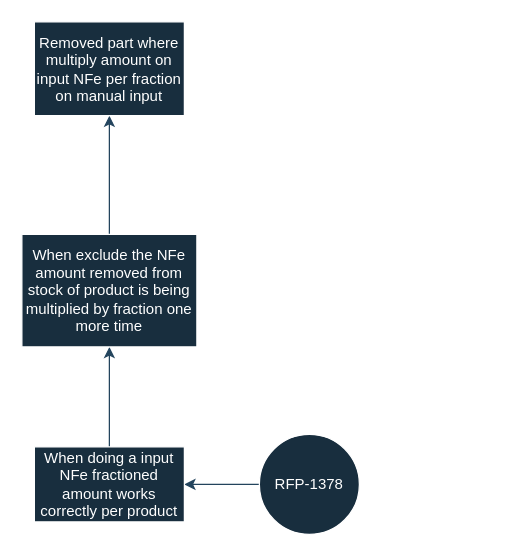
Above: work/rca/RFP-1378-MindMap.drawio in JoaoDiasDev/mind-maps (draw.io), before the change. Source tidied: cells renumbered, new cells numbered last; positions are measured from the earlier drawing's top-left corner, leaving out a move shared by most shapes. Both pictures are drawn from the tidied source at 125%, with x=0, y=0 at pixel (21, 21).
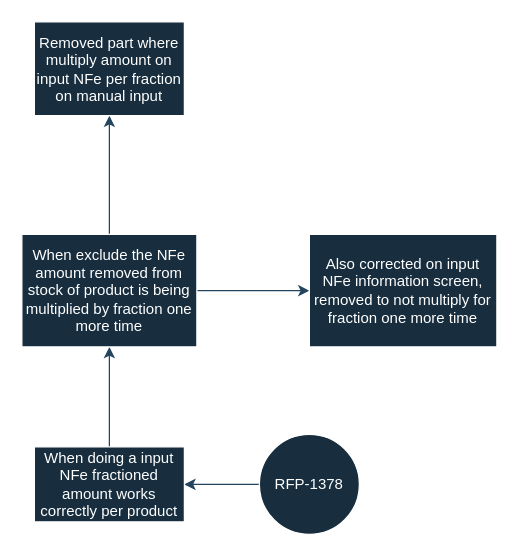
The same page after the edit.

Change to the diagram source:
```diff
@@
 <mxGraphModel>
   <root>
     <mxCell id="0" />
     <mxCell id="1" parent="0" />
     <mxCell id="2" style="edgeStyle=orthogonalEdgeStyle;rounded=0;jettySize=auto;html=1;strokeColor=#23445D;fontColor=default;labelBackgroundColor=none;" parent="1" edge="1" source="3" target="5">
       <mxGeometry relative="1" as="geometry" />
     </mxCell>
     <mxCell id="3" value="RFP-1378" style="ellipse;whiteSpace=wrap;html=1;labelBackgroundColor=none;fillColor=#182E3E;strokeColor=#FFFFFF;fontColor=#FFFFFF;" parent="1" vertex="1">
       <mxGeometry x="190" y="330" width="80" height="80" as="geometry" />
     </mxCell>
     <mxCell id="4" style="edgeStyle=orthogonalEdgeStyle;rounded=0;jettySize=auto;html=1;strokeColor=#23445D;fontColor=default;labelBackgroundColor=none;" parent="1" edge="1" source="5" target="7">
       <mxGeometry relative="1" as="geometry" />
     </mxCell>
     <mxCell id="5" value="When doing a input NFe fractioned amount works correctly per product" style="whiteSpace=wrap;html=1;fillColor=#182E3E;strokeColor=#FFFFFF;fontColor=#FFFFFF;labelBackgroundColor=none;" parent="1" vertex="1">
       <mxGeometry x="10" y="340" width="120" height="60" as="geometry" />
     </mxCell>
     <mxCell id="6" style="edgeStyle=orthogonalEdgeStyle;rounded=0;jettySize=auto;html=1;strokeColor=#23445D;" parent="1" edge="1" source="7" target="8">
       <mxGeometry relative="1" as="geometry" />
     </mxCell>
+    <mxCell id="9" style="edgeStyle=orthogonalEdgeStyle;rounded=0;jettySize=auto;html=1;strokeColor=#23445D;" parent="1" edge="1" source="7" target="10">
+      <mxGeometry relative="1" as="geometry" />
+    </mxCell>
     <mxCell id="7" value="When exclude the NFe amount removed from stock of product is being multiplied by fraction one more time" style="whiteSpace=wrap;html=1;fillColor=#182E3E;strokeColor=#FFFFFF;fontColor=#FFFFFF;labelBackgroundColor=none;" parent="1" vertex="1">
       <mxGeometry y="170" width="140" height="90" as="geometry" />
     </mxCell>
     <mxCell id="8" value="Removed part where multiply amount on input NFe per fraction on manual input" style="whiteSpace=wrap;html=1;fillColor=#182E3E;strokeColor=#FFFFFF;fontColor=#FFFFFF;labelBackgroundColor=none;" parent="1" vertex="1">
       <mxGeometry x="10" width="120" height="75" as="geometry" />
     </mxCell>
+    <mxCell id="10" value="Also corrected on input NFe information screen, removed to not multiply for fraction one more time" style="whiteSpace=wrap;html=1;fillColor=#182E3E;strokeColor=#FFFFFF;fontColor=#FFFFFF;labelBackgroundColor=none;" parent="1" vertex="1">
+      <mxGeometry x="230" y="170" width="150" height="90" as="geometry" />
+    </mxCell>
   </root>
 </mxGraphModel>
```
